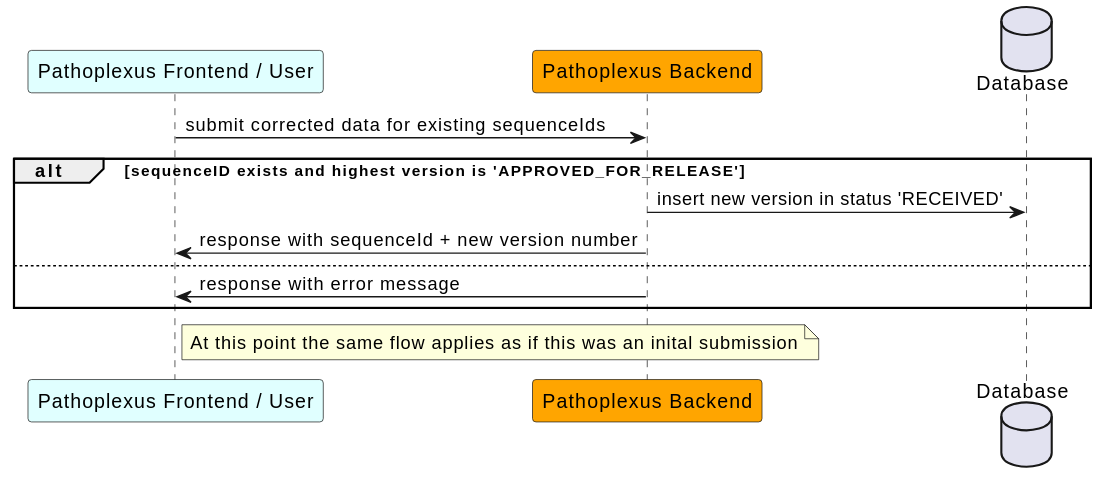
loculus-project/loculus keeps this PlantUML diagram as backend/docs/plantuml/sequenceRevision.svg. Above is the earlier version.
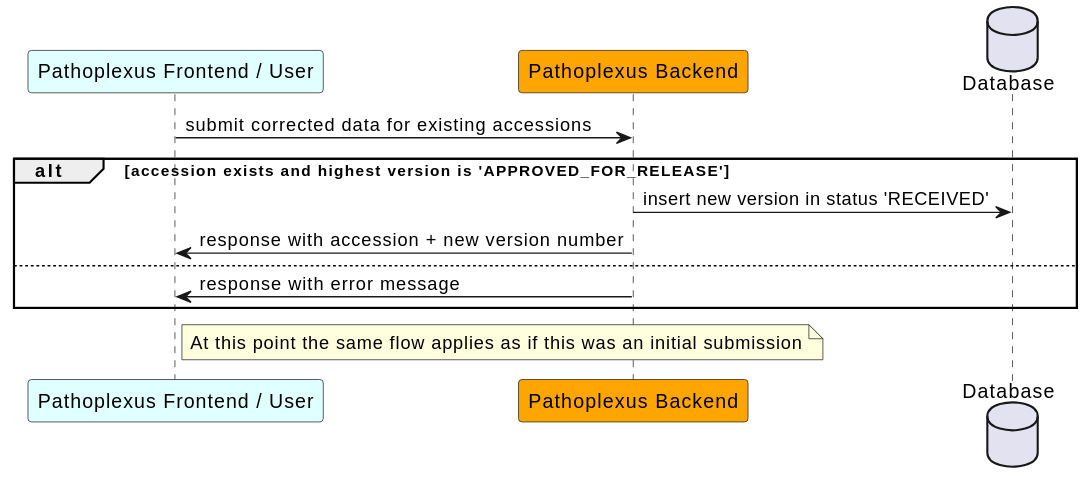
Above is the later version.

The edit, as a diff of the source:
```diff
@@ -4,16 +4,16 @@
     database "Database" as DB
 
 
-    frontend -> backend: submit corrected data for existing sequenceIds
+    frontend -> backend: submit corrected data for existing accessions
 
-    alt sequenceID exists and highest version is 'APPROVED_FOR_RELEASE'
+    alt accession exists and highest version is 'APPROVED_FOR_RELEASE'
         backend -> DB: insert new version in status 'RECEIVED'
-    backend -> frontend: response with sequenceId + new version number
+    backend -> frontend: response with accession + new version number
     else
         backend -> frontend: response with error message
     end
 
     note right of frontend
-        At this point the same flow applies as if this was an inital submission
+        At this point the same flow applies as if this was an initial submission
     end note
 @enduml
```
